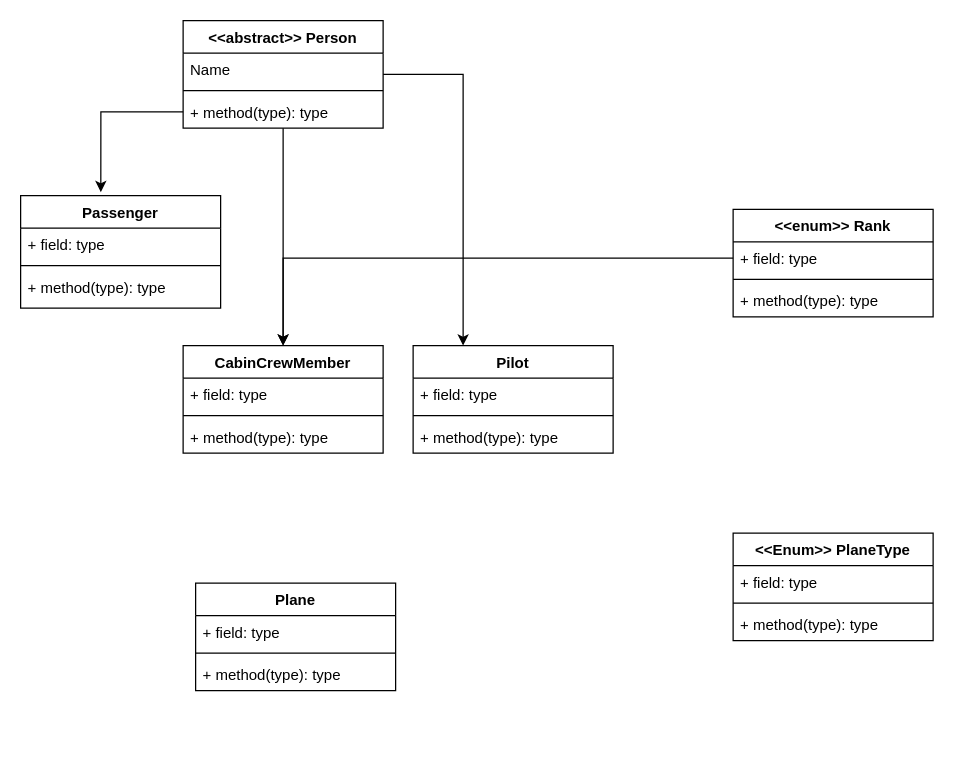
Before: airplane_planning.drawio in Simon2591990/JAVA-airport, a draw.io diagram. Source tidied: cells renumbered, new cells numbered last; positions are measured from the earlier drawing's top-left corner, leaving out a move shared by most shapes. Both pictures are drawn from the tidied source at 125%, with x=0, y=0 at pixel (20, 20).
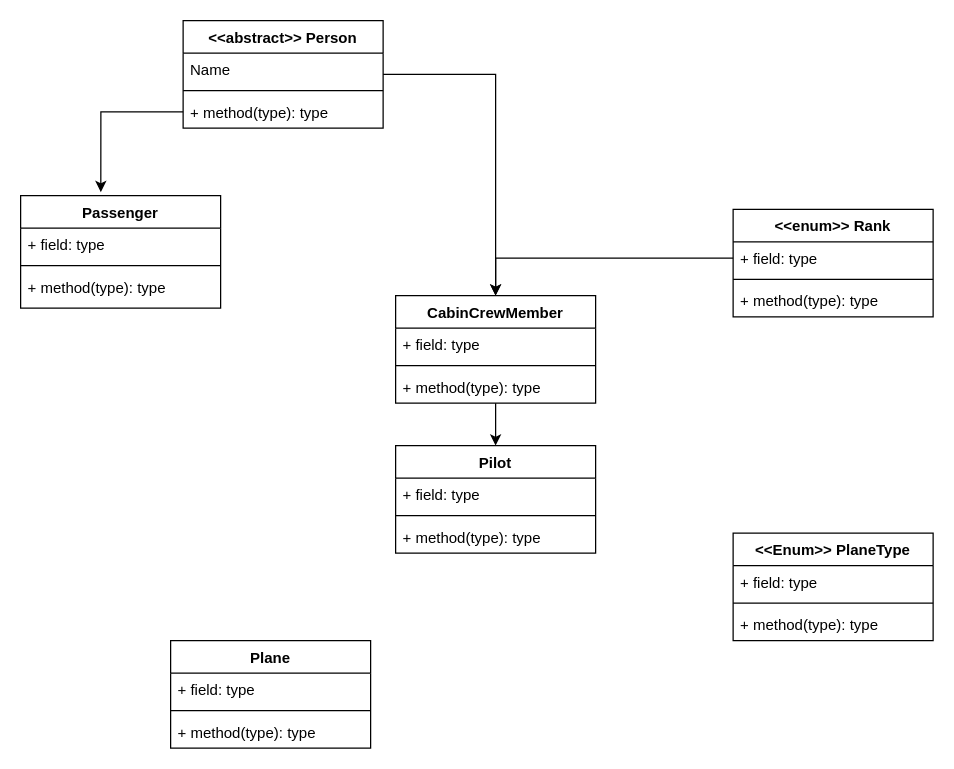
The same page after the edit.

The change refers to these unchanged cells:
```xml
<mxCell id="8" value="&lt;&lt;abstract&gt;&gt; Person" style="swimlane;fontStyle=1;align=center;verticalAlign=top;horizontal=1;startSize=26;" parent="1" vertex="1">
  <mxGeometry x="130" width="160" height="86" as="geometry" />
</mxCell>
```

Change to the diagram source:
```diff
@@
-    <mxCell id="7" style="edgeStyle=orthogonalEdgeStyle;rounded=0;jettySize=auto;html=1;entryX=0.25;entryY=0;entryDx=0;entryDy=0;" parent="1" edge="1" source="8" target="16">
-      <mxGeometry relative="1" as="geometry" />
-    </mxCell>
@@
+    <mxCell id="34" style="edgeStyle=orthogonalEdgeStyle;rounded=0;jettySize=auto;html=1;entryX=0.5;entryY=0;entryDx=0;entryDy=0;" parent="1" edge="1" source="12" target="16">
+      <mxGeometry relative="1" as="geometry" />
+    </mxCell>
     <mxCell id="12" value="CabinCrewMember" style="swimlane;fontStyle=1;align=center;verticalAlign=top;horizontal=1;startSize=26;" parent="1" vertex="1">
-      <mxGeometry x="130" y="260" width="160" height="86" as="geometry" />
+      <mxGeometry x="300" y="220" width="160" height="86" as="geometry" />
     </mxCell>
@@
     <mxCell id="16" value="Pilot" style="swimlane;fontStyle=1;align=center;verticalAlign=top;horizontal=1;startSize=26;" parent="1" vertex="1">
-      <mxGeometry x="314" y="260" width="160" height="86" as="geometry" />
+      <mxGeometry x="300" y="340" width="160" height="86" as="geometry" />
     </mxCell>
@@
     <mxCell id="26" value="Plane" style="swimlane;fontStyle=1;align=center;verticalAlign=top;horizontal=1;startSize=26;" parent="1" vertex="1">
-      <mxGeometry x="140" y="450" width="160" height="86" as="geometry" />
+      <mxGeometry x="120" y="496" width="160" height="86" as="geometry" />
     </mxCell>
```
